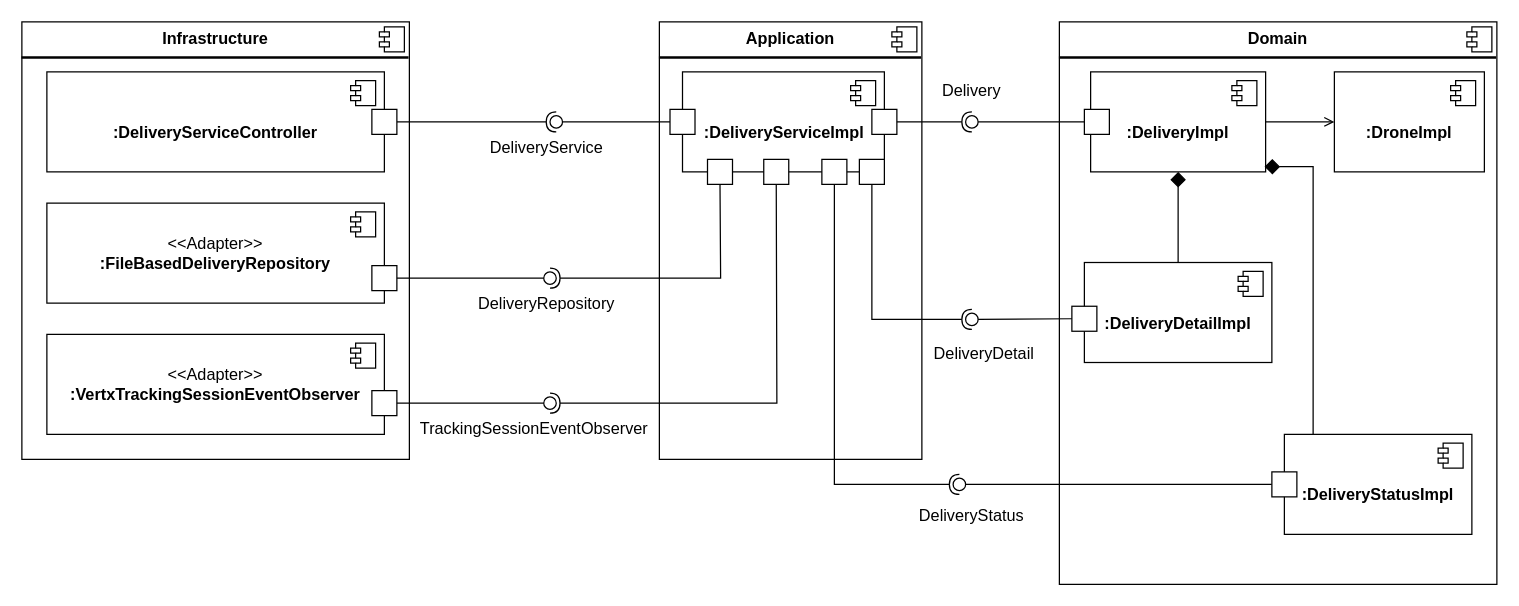
Earlier version of the draw.io diagram delivery-service/doc/C&C_delivery_service.drawio (FilippoPracucci/sap-assignment-02). Source tidied: cells renumbered, new cells numbered last; positions are measured from the earlier drawing's top-left corner, leaving out a move shared by most shapes. Both pictures are drawn from the tidied source at 125%, with x=0, y=0 at pixel (21, 21).
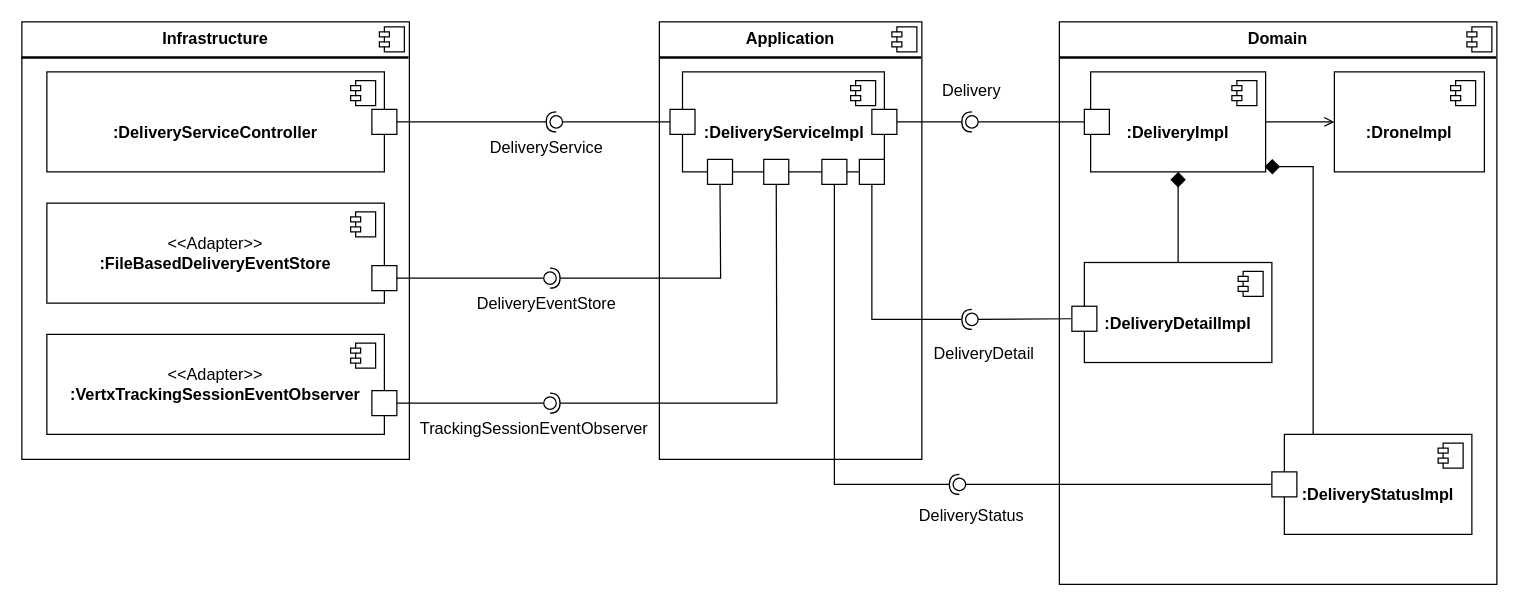
After the change.

Diff of the diagram source:
```diff
@@
-    <mxCell id="22" value="&amp;lt;&amp;lt;Adapter&amp;gt;&amp;gt;&lt;br&gt;&lt;b&gt;:FileBasedDeliveryRepository&lt;/b&gt;" style="html=1;whiteSpace=wrap;fontSize=13;" parent="1" vertex="1">
+    <mxCell id="22" value="&amp;lt;&amp;lt;Adapter&amp;gt;&amp;gt;&lt;br&gt;&lt;b&gt;:FileBasedDeliveryEventStore&lt;/b&gt;" style="html=1;whiteSpace=wrap;fontSize=13;" parent="1" vertex="1">
       <mxGeometry x="20" y="145" width="270" height="80" as="geometry" />
     </mxCell>
@@
-    <mxCell id="26" value="DeliveryRepository" style="text;strokeColor=none;align=center;fillColor=none;html=1;verticalAlign=middle;whiteSpace=wrap;rounded=0;fontSize=13;" parent="1" vertex="1">
+    <mxCell id="26" value="DeliveryEventStore" style="text;strokeColor=none;align=center;fillColor=none;html=1;verticalAlign=middle;whiteSpace=wrap;rounded=0;fontSize=13;" parent="1" vertex="1">
       <mxGeometry x="370" y="210" width="100" height="30" as="geometry" />
     </mxCell>
```
